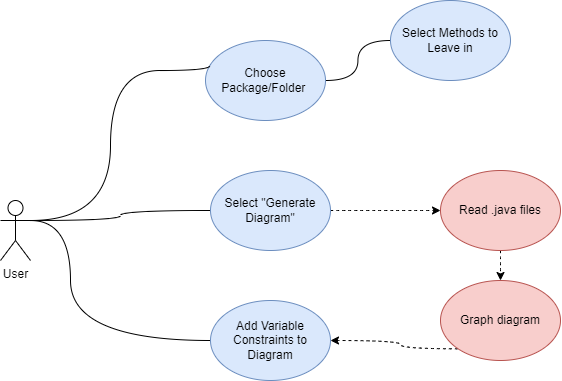
The draw.io diagram diagrams/Use_Case_Diagram.drawio.png in triquenguyen/CS151-InstantUML, before a commit. Source tidied: cells renumbered, new cells last; positions are measured from the earlier drawing's top-left corner, leaving out a move shared by most shapes. Its diagram source:
```xml
<mxGraphModel>
  <root>
    <mxCell id="0" />
    <mxCell id="1" parent="0" />
    <mxCell id="2" style="edgeStyle=orthogonalEdgeStyle;jettySize=auto;html=1;exitX=1;exitY=0.5;exitDx=0;exitDy=0;entryX=0;entryY=0.5;entryDx=0;entryDy=0;endArrow=none;endFill=0;curved=1;" parent="1" edge="1" source="3" target="8">
      <mxGeometry relative="1" as="geometry" />
    </mxCell>
    <mxCell id="3" value="Choose Package/Folder&amp;nbsp;" style="ellipse;whiteSpace=wrap;html=1;fillColor=#dae8fc;strokeColor=#6c8ebf;" parent="1" vertex="1">
      <mxGeometry x="205" y="40" width="120" height="80" as="geometry" />
    </mxCell>
    <mxCell id="4" style="edgeStyle=orthogonalEdgeStyle;jettySize=auto;html=1;exitX=1;exitY=0.3333333333333333;exitDx=0;exitDy=0;exitPerimeter=0;curved=1;endArrow=none;endFill=0;entryX=0.035;entryY=0.314;entryDx=0;entryDy=0;entryPerimeter=0;" parent="1" edge="1" source="7" target="3">
      <mxGeometry relative="1" as="geometry">
        <Array as="points">
          <mxPoint x="110" y="220" />
          <mxPoint x="110" y="70" />
          <mxPoint x="209" y="70" />
        </Array>
      </mxGeometry>
    </mxCell>
    <mxCell id="5" style="edgeStyle=orthogonalEdgeStyle;jettySize=auto;html=1;exitX=1;exitY=0.3333333333333333;exitDx=0;exitDy=0;exitPerimeter=0;entryX=0;entryY=0.5;entryDx=0;entryDy=0;curved=1;endArrow=none;endFill=0;" parent="1" edge="1" source="7" target="10">
      <mxGeometry relative="1" as="geometry" />
    </mxCell>
    <mxCell id="6" style="edgeStyle=orthogonalEdgeStyle;jettySize=auto;html=1;exitX=1;exitY=0.3333333333333333;exitDx=0;exitDy=0;exitPerimeter=0;entryX=0;entryY=0.5;entryDx=0;entryDy=0;curved=1;endArrow=none;endFill=0;" parent="1" edge="1" source="7" target="15">
      <mxGeometry relative="1" as="geometry">
        <Array as="points">
          <mxPoint x="70" y="220" />
          <mxPoint x="70" y="340" />
        </Array>
      </mxGeometry>
    </mxCell>
    <mxCell id="7" value="User" style="shape=umlActor;verticalLabelPosition=bottom;verticalAlign=top;html=1;outlineConnect=0;" parent="1" vertex="1">
      <mxGeometry y="200" width="30" height="60" as="geometry" />
    </mxCell>
    <mxCell id="8" value="Select Methods to Leave in" style="ellipse;whiteSpace=wrap;html=1;fillColor=#dae8fc;strokeColor=#6c8ebf;" parent="1" vertex="1">
      <mxGeometry x="390" width="120" height="80" as="geometry" />
    </mxCell>
    <mxCell id="9" style="edgeStyle=orthogonalEdgeStyle;jettySize=auto;html=1;exitX=1;exitY=0.5;exitDx=0;exitDy=0;entryX=0;entryY=0.5;entryDx=0;entryDy=0;dashed=1;curved=1;" parent="1" edge="1" source="10" target="12">
      <mxGeometry relative="1" as="geometry" />
    </mxCell>
    <mxCell id="10" value="Select &quot;Generate Diagram&quot;" style="ellipse;whiteSpace=wrap;html=1;fillColor=#dae8fc;strokeColor=#6c8ebf;" parent="1" vertex="1">
      <mxGeometry x="210" y="170" width="120" height="80" as="geometry" />
    </mxCell>
    <mxCell id="11" style="edgeStyle=orthogonalEdgeStyle;jettySize=auto;html=1;exitX=0.5;exitY=1;exitDx=0;exitDy=0;entryX=0.5;entryY=0;entryDx=0;entryDy=0;curved=1;dashed=1;" parent="1" edge="1" source="12" target="14">
      <mxGeometry relative="1" as="geometry" />
    </mxCell>
    <mxCell id="12" value="Read .java files" style="ellipse;whiteSpace=wrap;html=1;fillColor=#f8cecc;strokeColor=#b85450;" parent="1" vertex="1">
      <mxGeometry x="440" y="170" width="120" height="80" as="geometry" />
    </mxCell>
    <mxCell id="13" style="edgeStyle=orthogonalEdgeStyle;jettySize=auto;html=1;exitX=0;exitY=1;exitDx=0;exitDy=0;entryX=1;entryY=0.5;entryDx=0;entryDy=0;dashed=1;curved=1;" parent="1" edge="1" source="14" target="15">
      <mxGeometry relative="1" as="geometry">
        <Array as="points">
          <mxPoint x="400" y="348" />
          <mxPoint x="400" y="340" />
        </Array>
      </mxGeometry>
    </mxCell>
    <mxCell id="14" value="Graph diagram" style="ellipse;whiteSpace=wrap;html=1;fillColor=#f8cecc;strokeColor=#b85450;" parent="1" vertex="1">
      <mxGeometry x="440" y="280" width="120" height="80" as="geometry" />
    </mxCell>
    <mxCell id="15" value="Add Variable Constraints to Diagram" style="ellipse;whiteSpace=wrap;html=1;fillColor=#dae8fc;strokeColor=#6c8ebf;" parent="1" vertex="1">
      <mxGeometry x="210" y="300" width="120" height="80" as="geometry" />
    </mxCell>
  </root>
</mxGraphModel>
```
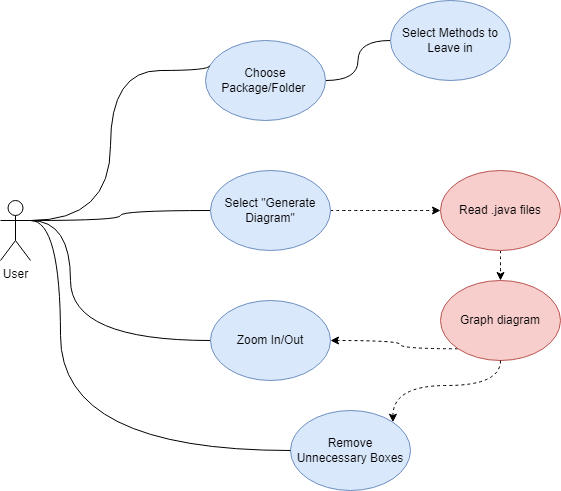
Above is the later version.

Diff of the diagram source:
```diff
@@ -18,7 +18,12 @@
       </mxGeometry>
     </mxCell>
     <mxCell id="5" style="edgeStyle=orthogonalEdgeStyle;jettySize=auto;html=1;exitX=1;exitY=0.3333333333333333;exitDx=0;exitDy=0;exitPerimeter=0;entryX=0;entryY=0.5;entryDx=0;entryDy=0;curved=1;endArrow=none;endFill=0;" parent="1" edge="1" source="7" target="10">
-      <mxGeometry relative="1" as="geometry" />
+      <mxGeometry relative="1" as="geometry">
+        <Array as="points">
+          <mxPoint x="120" y="220" />
+          <mxPoint x="120" y="210" />
+        </Array>
+      </mxGeometry>
     </mxCell>
     <mxCell id="6" style="edgeStyle=orthogonalEdgeStyle;jettySize=auto;html=1;exitX=1;exitY=0.3333333333333333;exitDx=0;exitDy=0;exitPerimeter=0;entryX=0;entryY=0.5;entryDx=0;entryDy=0;curved=1;endArrow=none;endFill=0;" parent="1" edge="1" source="7" target="15">
       <mxGeometry relative="1" as="geometry">
@@ -57,8 +62,22 @@
     <mxCell id="14" value="Graph diagram" style="ellipse;whiteSpace=wrap;html=1;fillColor=#f8cecc;strokeColor=#b85450;" parent="1" vertex="1">
       <mxGeometry x="440" y="280" width="120" height="80" as="geometry" />
     </mxCell>
-    <mxCell id="15" value="Add Variable Constraints to Diagram" style="ellipse;whiteSpace=wrap;html=1;fillColor=#dae8fc;strokeColor=#6c8ebf;" parent="1" vertex="1">
+    <mxCell id="15" value="Zoom In/Out" style="ellipse;whiteSpace=wrap;html=1;fillColor=#dae8fc;strokeColor=#6c8ebf;" parent="1" vertex="1">
       <mxGeometry x="210" y="300" width="120" height="80" as="geometry" />
     </mxCell>
+    <mxCell id="16" value="Remove Unnecessary Boxes" style="ellipse;whiteSpace=wrap;html=1;fillColor=#dae8fc;strokeColor=#6c8ebf;" parent="1" vertex="1">
+      <mxGeometry x="290" y="410" width="120" height="80" as="geometry" />
+    </mxCell>
+    <mxCell id="17" style="edgeStyle=orthogonalEdgeStyle;jettySize=auto;html=1;exitX=0.5;exitY=1;exitDx=0;exitDy=0;entryX=1;entryY=0;entryDx=0;entryDy=0;dashed=1;curved=1;" parent="1" edge="1" source="14" target="16">
+      <mxGeometry relative="1" as="geometry" />
+    </mxCell>
+    <mxCell id="18" style="edgeStyle=orthogonalEdgeStyle;jettySize=auto;html=1;exitX=1;exitY=0.3333333333333333;exitDx=0;exitDy=0;exitPerimeter=0;entryX=0;entryY=0.5;entryDx=0;entryDy=0;curved=1;endArrow=none;endFill=0;" parent="1" edge="1" source="7" target="16">
+      <mxGeometry relative="1" as="geometry">
+        <Array as="points">
+          <mxPoint x="60" y="220" />
+          <mxPoint x="60" y="450" />
+        </Array>
+      </mxGeometry>
+    </mxCell>
   </root>
 </mxGraphModel>
```
